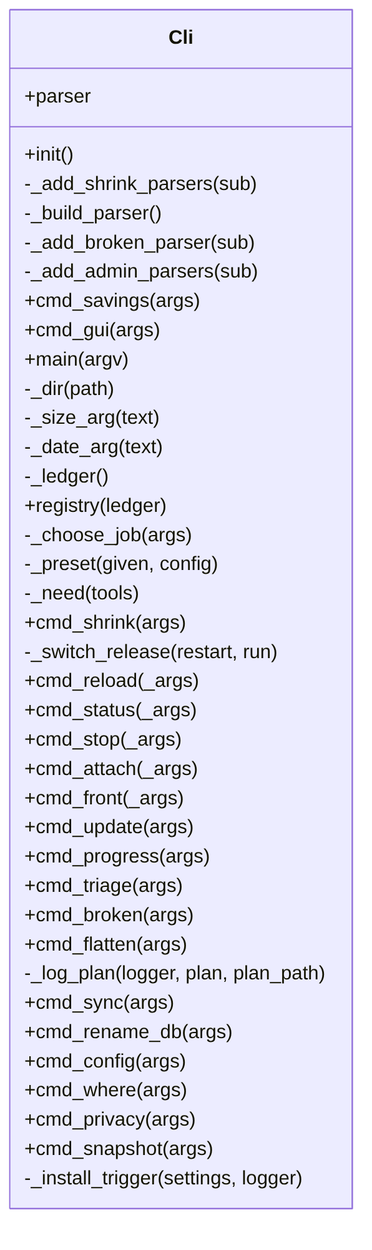
The Mermaid diagram docs/img/uml_cli.png in peddanet/mediatools, before a commit. Its source is kept beside it as docs/img/uml_cli.mmd.
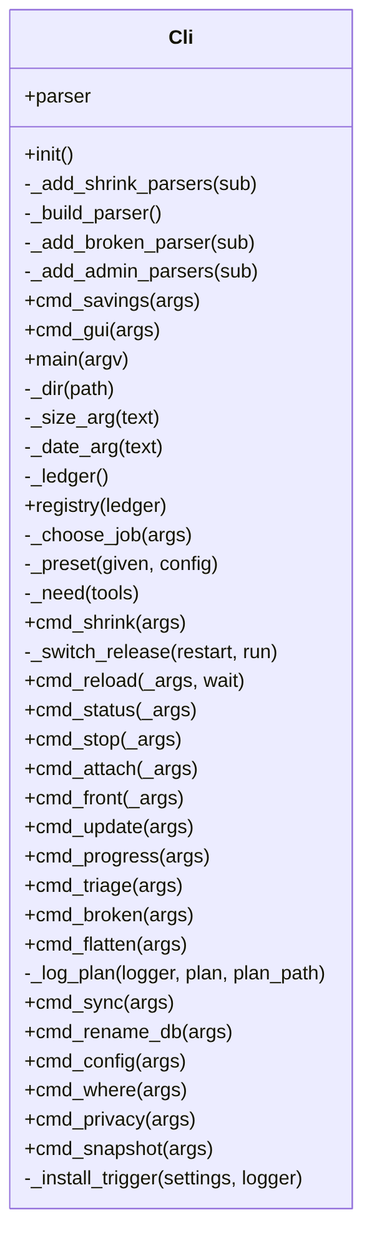
After the commit.

The edit, as a diff of the source:
```diff
@@ -20,7 +20,7 @@
     -_need(tools)
     +cmd_shrink(args)
     -_switch_release(restart, run)
-    +cmd_reload(_args)
+    +cmd_reload(_args, wait)
     +cmd_status(_args)
     +cmd_stop(_args)
     +cmd_attach(_args)
```
